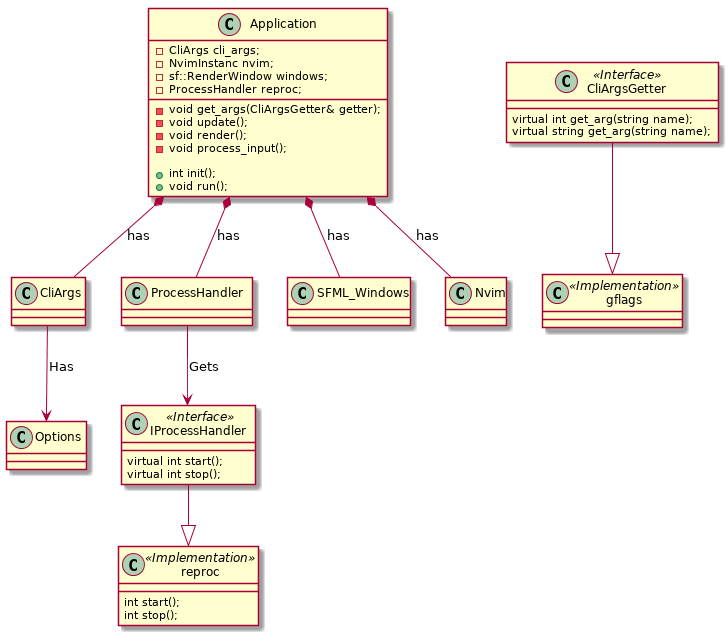
Earlier version of the PlantUML export docs/arch.png (tricktux/rnvim).
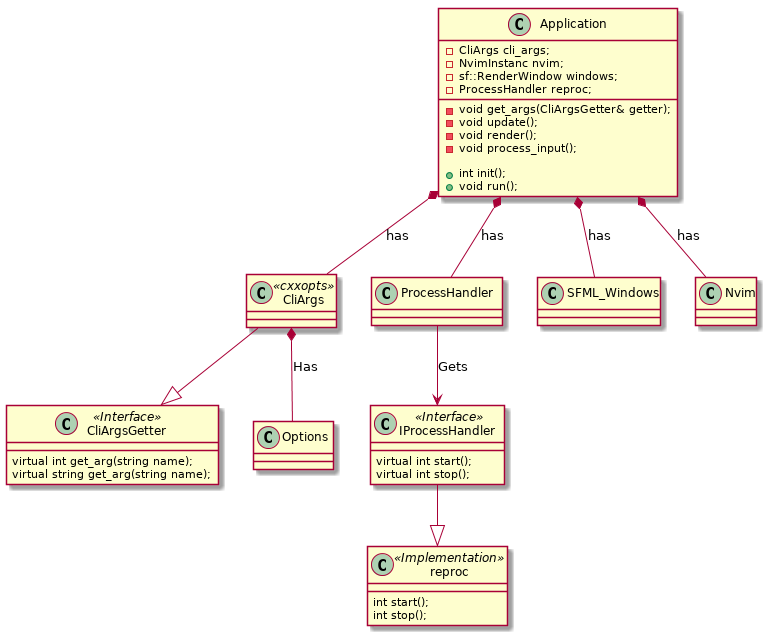
After the commit.

Commit message:
Improving cli architecture

Change to the diagram source:
```diff
@@ -30,19 +30,16 @@
 	virtual string get_arg(string name);
 }
 
-class CliArgs {
+class CliArgs<<cxxopts>> {
 
-}
-
-class gflags <<Implementation>> {
 }
 
 Application *-- ProcessHandler : has
 Application *-- CliArgs : has
 Application *-- SFML_Windows : has
 Application *-- Nvim : has
-CliArgsGetter --|> gflags
-CliArgs --> Options : Has
+CliArgs --|> CliArgsGetter
+CliArgs *-- Options : Has
 IProcessHandler --|> reproc
 ProcessHandler --> IProcessHandler : Gets
 
```
